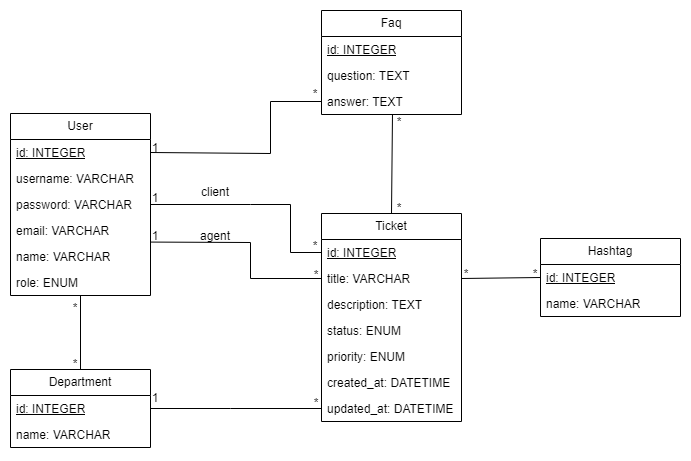
Earlier version of the draw.io export docs/db_draft.png (danieldoria1305/PROJ_LTW). Source tidied: cells renumbered, new cells last; positions are measured from the earlier drawing's top-left corner, leaving out a move shared by most shapes.
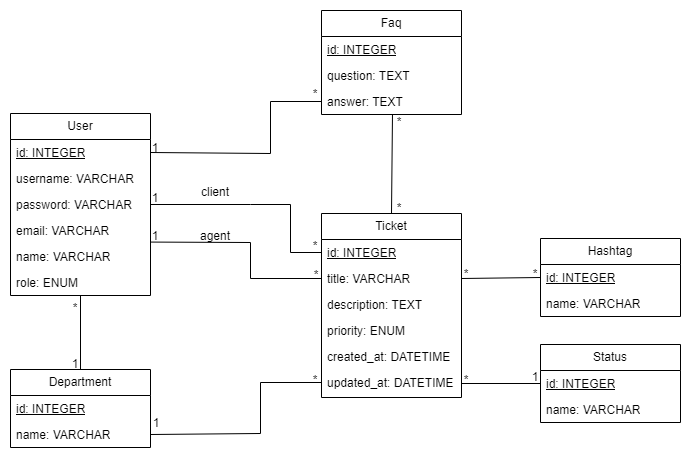
After the commit.

Diff of the diagram source:
```diff
@@ -24,7 +24,7 @@
       <mxGeometry y="156" width="140" height="26" as="geometry" />
     </mxCell>
     <mxCell id="9" value="Ticket" style="swimlane;fontStyle=0;horizontal=1;startSize=26;fillColor=none;whiteSpace=wrap;html=1;" parent="1" vertex="1">
-      <mxGeometry x="311" y="203" width="140" height="208" as="geometry" />
+      <mxGeometry x="311" y="203" width="140" height="184" as="geometry" />
     </mxCell>
     <mxCell id="10" value="&lt;u&gt;id: INTEGER&lt;/u&gt;" style="text;strokeColor=none;fillColor=none;align=left;verticalAlign=top;spacingLeft=4;spacingRight=4;overflow=hidden;points=[[0,0.5],[1,0.5]];portConstraint=eastwest;whiteSpace=wrap;html=1;" parent="9" vertex="1">
       <mxGeometry y="26" width="140" height="26" as="geometry" />
@@ -35,17 +35,14 @@
     <mxCell id="12" value="description: TEXT" style="text;strokeColor=none;fillColor=none;align=left;verticalAlign=top;spacingLeft=4;spacingRight=4;overflow=hidden;whiteSpace=wrap;html=1;" parent="9" vertex="1">
       <mxGeometry y="78" width="140" height="26" as="geometry" />
     </mxCell>
-    <mxCell id="13" value="status: ENUM" style="text;strokeColor=none;fillColor=none;align=left;verticalAlign=top;spacingLeft=4;spacingRight=4;overflow=hidden;whiteSpace=wrap;html=1;" parent="9" vertex="1">
-      <mxGeometry y="104" width="140" height="26" as="geometry" />
-    </mxCell>
     <mxCell id="14" value="priority: ENUM" style="text;strokeColor=none;fillColor=none;align=left;verticalAlign=top;spacingLeft=4;spacingRight=4;overflow=hidden;whiteSpace=wrap;html=1;" parent="9" vertex="1">
-      <mxGeometry y="130" width="140" height="26" as="geometry" />
+      <mxGeometry y="104" width="140" height="26" as="geometry" />
     </mxCell>
     <mxCell id="15" value="created_at: DATETIME" style="text;strokeColor=none;fillColor=none;align=left;verticalAlign=top;spacingLeft=4;spacingRight=4;overflow=hidden;whiteSpace=wrap;html=1;" parent="9" vertex="1">
-      <mxGeometry y="156" width="140" height="26" as="geometry" />
+      <mxGeometry y="130" width="140" height="26" as="geometry" />
     </mxCell>
     <mxCell id="16" value="updated_at: DATETIME" style="text;strokeColor=none;fillColor=none;align=left;verticalAlign=top;spacingLeft=4;spacingRight=4;overflow=hidden;points=[[0,0.5],[1,0.5]];portConstraint=eastwest;whiteSpace=wrap;html=1;" parent="9" vertex="1">
-      <mxGeometry y="182" width="140" height="26" as="geometry" />
+      <mxGeometry y="156" width="140" height="28" as="geometry" />
     </mxCell>
     <mxCell id="17" value="Department" style="swimlane;fontStyle=0;horizontal=1;startSize=26;fillColor=none;whiteSpace=wrap;html=1;" parent="1" vertex="1">
       <mxGeometry y="359" width="140" height="78" as="geometry" />
@@ -83,7 +80,7 @@
     <mxCell id="28" value="*" style="text;html=1;strokeColor=none;fillColor=none;align=center;verticalAlign=middle;whiteSpace=wrap;rounded=0;" parent="1" vertex="1">
       <mxGeometry x="60" y="293" width="10" height="10" as="geometry" />
     </mxCell>
-    <mxCell id="29" value="*" style="text;html=1;strokeColor=none;fillColor=none;align=center;verticalAlign=middle;whiteSpace=wrap;rounded=0;" parent="1" vertex="1">
+    <mxCell id="29" value="1" style="text;html=1;strokeColor=none;fillColor=none;align=center;verticalAlign=middle;whiteSpace=wrap;rounded=0;" parent="1" vertex="1">
       <mxGeometry x="60" y="349" width="10" height="10" as="geometry" />
     </mxCell>
     <mxCell id="30" style="endArrow=none;html=1;rounded=0;exitX=1;exitY=0.5;exitDx=0;exitDy=0;entryX=0;entryY=0.5;entryDx=0;entryDy=0;" parent="1" edge="1" source="5" target="10">
@@ -95,13 +92,6 @@
         </Array>
       </mxGeometry>
     </mxCell>
-    <mxCell id="31" style="endArrow=none;html=1;rounded=0;entryX=0;entryY=0.5;entryDx=0;entryDy=0;exitX=1;exitY=0.5;exitDx=0;exitDy=0;" parent="1" edge="1" source="18" target="16">
-      <mxGeometry relative="1" as="geometry">
-        <Array as="points">
-          <mxPoint x="220" y="398" />
-        </Array>
-      </mxGeometry>
-    </mxCell>
     <mxCell id="32" style="endArrow=none;html=1;rounded=0;entryX=1;entryY=0.5;entryDx=0;entryDy=0;exitX=0;exitY=0.5;exitDx=0;exitDy=0;" parent="1" edge="1" source="26" target="3">
       <mxGeometry relative="1" as="geometry">
         <Array as="points">
@@ -144,10 +134,10 @@
       <mxGeometry x="200" y="220.6" width="10" height="10" as="geometry" />
     </mxCell>
     <mxCell id="42" value="1" style="text;html=1;strokeColor=none;fillColor=none;align=center;verticalAlign=middle;whiteSpace=wrap;rounded=0;" parent="1" vertex="1">
-      <mxGeometry x="140" y="383" width="10" height="10" as="geometry" />
+      <mxGeometry x="141" y="408" width="10" height="10" as="geometry" />
     </mxCell>
     <mxCell id="43" value="*" style="text;html=1;strokeColor=none;fillColor=none;align=center;verticalAlign=middle;whiteSpace=wrap;rounded=0;" parent="1" vertex="1">
-      <mxGeometry x="301" y="388" width="10" height="10" as="geometry" />
+      <mxGeometry x="300" y="365" width="10" height="10" as="geometry" />
     </mxCell>
     <mxCell id="44" style="endArrow=none;html=1;rounded=0;entryX=0.507;entryY=1.013;entryDx=0;entryDy=0;entryPerimeter=0;exitX=0.5;exitY=0;exitDx=0;exitDy=0;" parent="1" edge="1" source="9" target="26">
       <mxGeometry relative="1" as="geometry" />
@@ -167,5 +157,32 @@
     <mxCell id="49" value="*" style="text;html=1;strokeColor=none;fillColor=none;align=center;verticalAlign=middle;whiteSpace=wrap;rounded=0;" parent="1" vertex="1">
       <mxGeometry x="520" y="259" width="10" height="10" as="geometry" />
     </mxCell>
+    <mxCell id="50" value="Status" style="swimlane;fontStyle=0;horizontal=1;startSize=26;fillColor=none;whiteSpace=wrap;html=1;" parent="1" vertex="1">
+      <mxGeometry x="530" y="334" width="140" height="78" as="geometry" />
+    </mxCell>
+    <mxCell id="51" value="&lt;u&gt;id: INTEGER&lt;/u&gt;" style="text;strokeColor=none;fillColor=none;align=left;verticalAlign=top;spacingLeft=4;spacingRight=4;overflow=hidden;points=[[0,0.5],[1,0.5]];portConstraint=eastwest;whiteSpace=wrap;html=1;" parent="50" vertex="1">
+      <mxGeometry y="26" width="140" height="26" as="geometry" />
+    </mxCell>
+    <mxCell id="52" value="name: VARCHAR" style="text;strokeColor=none;fillColor=none;align=left;verticalAlign=top;spacingLeft=4;spacingRight=4;overflow=hidden;whiteSpace=wrap;html=1;" parent="50" vertex="1">
+      <mxGeometry y="52" width="140" height="26" as="geometry" />
+    </mxCell>
+    <mxCell id="53" style="endArrow=none;html=1;rounded=0;exitX=1;exitY=0.5;exitDx=0;exitDy=0;entryX=0;entryY=0.5;entryDx=0;entryDy=0;" parent="1" edge="1" source="16" target="51">
+      <mxGeometry relative="1" as="geometry" />
+    </mxCell>
+    <mxCell id="54" value="*" style="text;html=1;strokeColor=none;fillColor=none;align=center;verticalAlign=middle;whiteSpace=wrap;rounded=0;" parent="1" vertex="1">
+      <mxGeometry x="451" y="365" width="10" height="10" as="geometry" />
+    </mxCell>
+    <mxCell id="55" value="1" style="text;html=1;strokeColor=none;fillColor=none;align=center;verticalAlign=middle;whiteSpace=wrap;rounded=0;" parent="1" vertex="1">
+      <mxGeometry x="520" y="362" width="10" height="10" as="geometry" />
+    </mxCell>
+    <mxCell id="56" style="endArrow=none;html=1;rounded=0;exitX=1;exitY=0.5;exitDx=0;exitDy=0;entryX=1;entryY=0.5;entryDx=0;entryDy=0;" parent="1" edge="1" target="19">
+      <mxGeometry relative="1" as="geometry">
+        <mxPoint x="311" y="372" as="sourcePoint" />
+        <Array as="points">
+          <mxPoint x="250" y="372" />
+          <mxPoint x="250" y="423" />
+        </Array>
+      </mxGeometry>
+    </mxCell>
   </root>
 </mxGraphModel>
```
